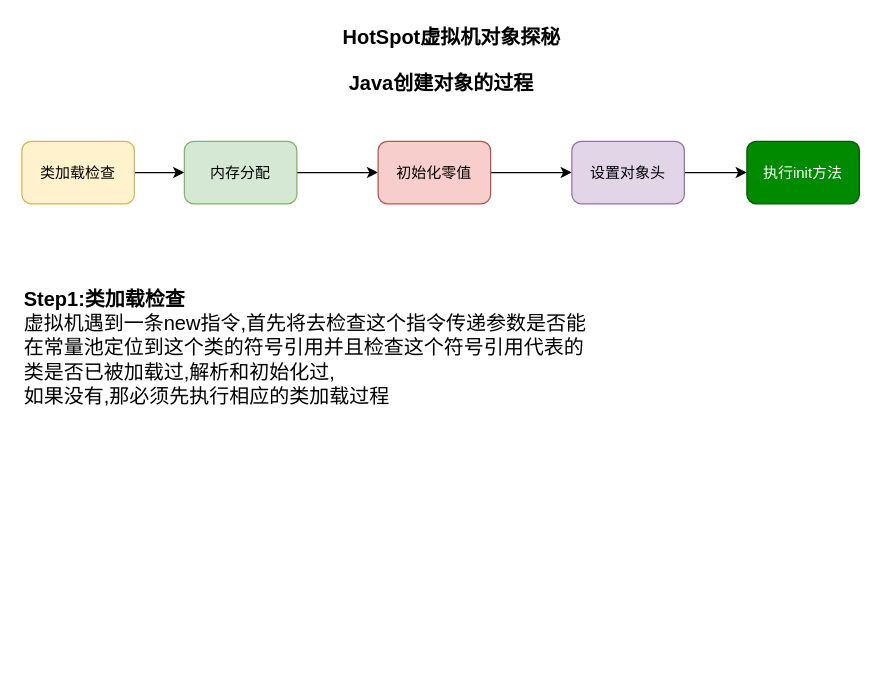
Earlier version of the draw.io diagram java中new对象的执行流程.drawio (keke0007/drawio). Source tidied: cells renumbered, new cells numbered last; positions are measured from the earlier drawing's top-left corner, leaving out a move shared by most shapes. Both pictures are drawn from the tidied source at 125%, with x=0, y=0 at pixel (21, 21).
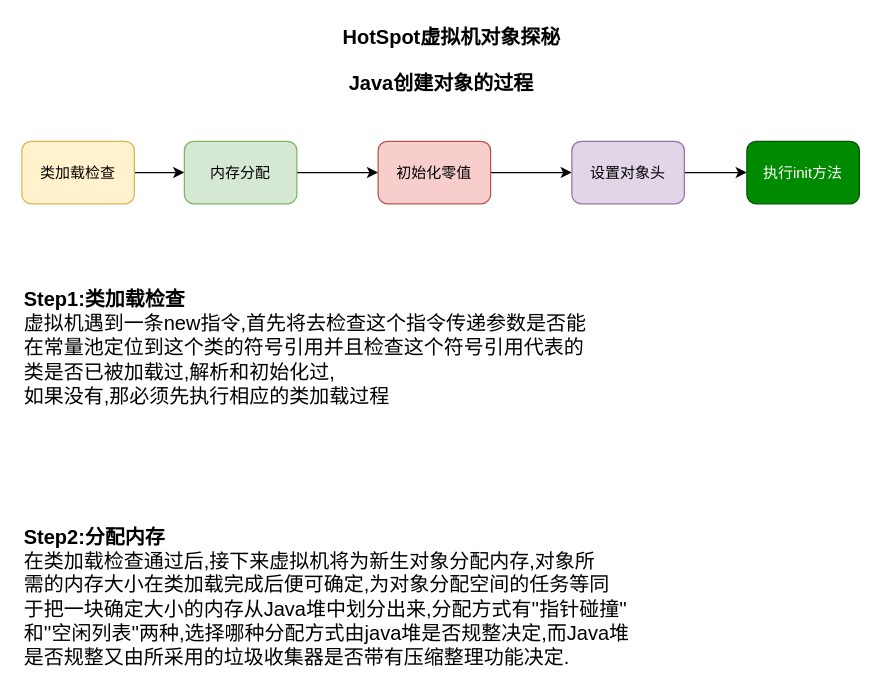
Above is the later version.

Commit message (it also covers changes not shown here):
更新java中new对象的执行流程.drawio

The edit, as a diff of the source:
```diff
@@
 <mxGraphModel>
   <root>
     <mxCell id="0" />
     <mxCell id="1" parent="0" />
     <mxCell id="2" value="&lt;span style=&quot;font-size: 16px;&quot;&gt;HotSpot虚拟机对象探秘&lt;/span&gt;" style="text;html=1;align=left;verticalAlign=top;spacingTop=-4;fontStyle=1;fontSize=16;" parent="1" vertex="1">
       <mxGeometry x="255" width="150" height="20" as="geometry" />
     </mxCell>
     <mxCell id="3" value="&lt;b style=&quot;font-size: 16px;&quot;&gt;Java创建对象的过程&lt;/b&gt;" style="text;html=1;align=left;verticalAlign=top;spacingTop=-4;fontSize=16;" parent="1" vertex="1">
       <mxGeometry x="260" y="37" width="130" height="20" as="geometry" />
     </mxCell>
     <mxCell id="4" style="edgeStyle=orthogonalEdgeStyle;rounded=0;jettySize=auto;html=1;" parent="1" edge="1" source="5" target="7">
       <mxGeometry relative="1" as="geometry" />
     </mxCell>
     <mxCell id="5" value="类加载检查" style="rounded=1;whiteSpace=wrap;html=1;labelBackgroundColor=none;fillColor=#fff2cc;strokeColor=#d6b656;" parent="1" vertex="1">
       <mxGeometry y="95.5" width="90" height="50" as="geometry" />
     </mxCell>
     <mxCell id="6" style="edgeStyle=orthogonalEdgeStyle;rounded=0;jettySize=auto;html=1;" parent="1" edge="1" source="7" target="9">
       <mxGeometry relative="1" as="geometry" />
     </mxCell>
     <mxCell id="7" value="内存分配" style="rounded=1;whiteSpace=wrap;html=1;fillColor=#d5e8d4;strokeColor=#82b366;" parent="1" vertex="1">
       <mxGeometry x="130" y="95.5" width="90" height="50" as="geometry" />
     </mxCell>
     <mxCell id="8" style="edgeStyle=orthogonalEdgeStyle;rounded=0;jettySize=auto;html=1;" parent="1" edge="1" source="9" target="11">
       <mxGeometry relative="1" as="geometry" />
     </mxCell>
     <mxCell id="9" value="初始化零值" style="rounded=1;whiteSpace=wrap;html=1;fillColor=#f8cecc;strokeColor=#b85450;" parent="1" vertex="1">
       <mxGeometry x="285" y="95.5" width="90" height="50" as="geometry" />
     </mxCell>
     <mxCell id="10" style="edgeStyle=orthogonalEdgeStyle;rounded=0;jettySize=auto;html=1;" parent="1" edge="1" source="11" target="12">
       <mxGeometry relative="1" as="geometry" />
     </mxCell>
     <mxCell id="11" value="设置对象头" style="rounded=1;whiteSpace=wrap;html=1;fillColor=#e1d5e7;strokeColor=#9673a6;" parent="1" vertex="1">
       <mxGeometry x="440" y="95.5" width="90" height="50" as="geometry" />
     </mxCell>
     <mxCell id="12" value="执行init方法" style="rounded=1;whiteSpace=wrap;html=1;fillColor=#008a00;strokeColor=#005700;fontColor=#ffffff;" parent="1" vertex="1">
       <mxGeometry x="580" y="95.5" width="90" height="50" as="geometry" />
     </mxCell>
     <mxCell id="13" value="&lt;b&gt;Step1:类加载检查&lt;/b&gt;&lt;br&gt;虚拟机遇到一条new指令,首先将去检查这个指令传递参数是否能&lt;br&gt;在常量池定位到这个类的符号引用并且检查这个符号引用代表的&lt;br&gt;类是否已被加载过,解析和初始化过,&lt;br&gt;如果没有,那必须先执行相应的类加载过程&lt;br&gt;" style="text;html=1;align=left;verticalAlign=top;spacingTop=-4;fontSize=16;" parent="1" vertex="1">
       <mxGeometry y="210" width="470" height="90" as="geometry" />
     </mxCell>
+    <mxCell id="14" value="&lt;b&gt;Step2:分配内存&lt;/b&gt;&lt;br&gt;在类加载检查通过后,接下来虚拟机将为新生对象分配内存,对象所&lt;br&gt;需的内存大小在类加载完成后便可确定,为对象分配空间的任务等同&lt;br&gt;于把一块确定大小的内存从Java堆中划分出来,分配方式有''指针碰撞''&lt;br&gt;和''空闲列表''两种,选择哪种分配方式由java堆是否规整决定,而Java堆&lt;br&gt;是否规整又由所采用的垃圾收集器是否带有压缩整理功能决定.&lt;br&gt;" style="text;html=1;align=left;verticalAlign=top;spacingTop=-4;fontSize=16;rotation=0;" parent="1" vertex="1">
+      <mxGeometry y="400" width="500" height="110" as="geometry" />
+    </mxCell>
   </root>
 </mxGraphModel>
```
